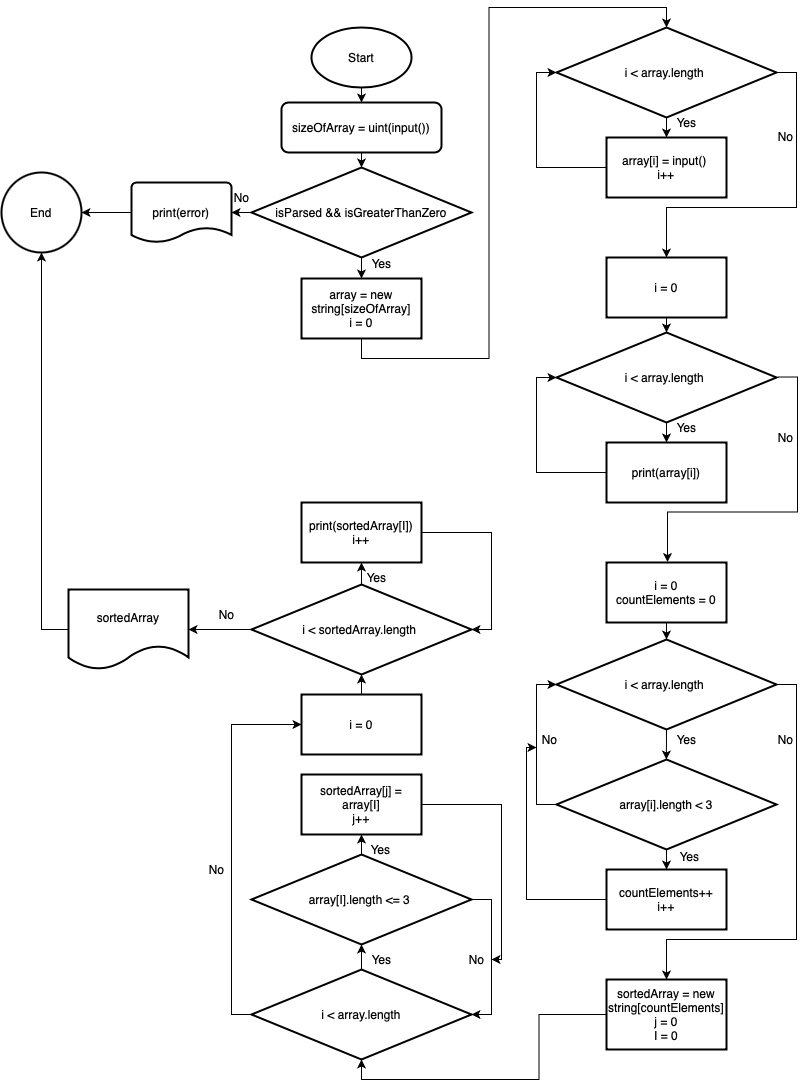
Serge313/C_Sharp-Final_test_work keeps this draw.io diagram as Flowchart.png. Above is the earlier version. Source tidied: cells renumbered, new cells last; positions are measured from the earlier drawing's top-left corner, leaving out a move shared by most shapes.
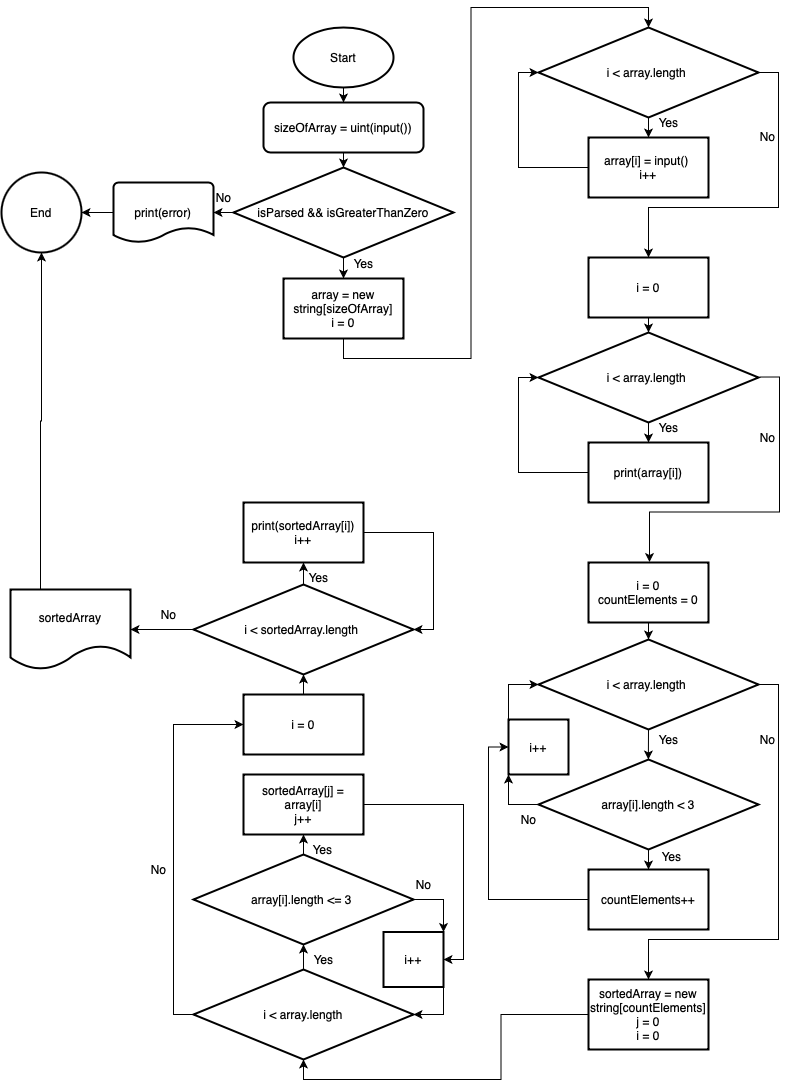
The same diagram one commit later.

Change to the diagram source:
```diff
@@ -70,7 +70,7 @@
       <mxGeometry x="764" y="94" width="40" height="30" as="geometry" />
     </mxCell>
     <mxCell id="22" value="End" style="ellipse;whiteSpace=wrap;html=1;strokeWidth=2;" parent="1" vertex="1">
-      <mxGeometry y="145" width="80" height="80" as="geometry" />
+      <mxGeometry x="18" y="145" width="80" height="80" as="geometry" />
     </mxCell>
     <mxCell id="23" style="edgeStyle=orthogonalEdgeStyle;rounded=0;jettySize=auto;html=1;exitX=0.5;exitY=1;exitDx=0;exitDy=0;exitPerimeter=0;entryX=0.5;entryY=0;entryDx=0;entryDy=0;" parent="1" edge="1" source="24" target="26">
       <mxGeometry relative="1" as="geometry" />
@@ -131,24 +131,18 @@
     <mxCell id="36" value="i &amp;lt; array.length&amp;nbsp;" style="strokeWidth=2;html=1;shape=mxgraph.flowchart.decision;whiteSpace=wrap;" parent="1" vertex="1">
       <mxGeometry x="555" y="612" width="220" height="90" as="geometry" />
     </mxCell>
-    <mxCell id="37" style="edgeStyle=orthogonalEdgeStyle;rounded=0;jettySize=auto;html=1;exitX=0;exitY=0.5;exitDx=0;exitDy=0;" parent="1" edge="1" source="38">
-      <mxGeometry relative="1" as="geometry">
-        <mxPoint x="535" y="720" as="targetPoint" />
-        <Array as="points">
-          <mxPoint x="525" y="872" />
-          <mxPoint x="525" y="720" />
-        </Array>
-      </mxGeometry>
-    </mxCell>
+    <mxCell id="71" style="edgeStyle=orthogonalEdgeStyle;rounded=0;jettySize=auto;html=1;exitX=0;exitY=0.5;exitDx=0;exitDy=0;entryX=0;entryY=0.5;entryDx=0;entryDy=0;" parent="1" edge="1" source="38" target="76">
+      <mxGeometry relative="1" as="geometry" />
+    </mxCell>
-    <mxCell id="38" value="countElements++&lt;br&gt;i++" style="rounded=0;whiteSpace=wrap;html=1;strokeWidth=2;" parent="1" vertex="1">
+    <mxCell id="38" value="countElements++" style="rounded=0;whiteSpace=wrap;html=1;strokeWidth=2;" parent="1" vertex="1">
       <mxGeometry x="605" y="842" width="120" height="60" as="geometry" />
     </mxCell>
-    <mxCell id="39" style="edgeStyle=orthogonalEdgeStyle;rounded=0;jettySize=auto;html=1;exitX=0;exitY=0.5;exitDx=0;exitDy=0;exitPerimeter=0;entryX=0;entryY=0.5;entryDx=0;entryDy=0;entryPerimeter=0;" parent="1" edge="1" source="41" target="36">
-      <mxGeometry relative="1" as="geometry" />
-    </mxCell>
     <mxCell id="40" style="edgeStyle=orthogonalEdgeStyle;rounded=0;jettySize=auto;html=1;exitX=0.5;exitY=1;exitDx=0;exitDy=0;exitPerimeter=0;entryX=0.5;entryY=0;entryDx=0;entryDy=0;" parent="1" edge="1" source="41" target="38">
       <mxGeometry relative="1" as="geometry" />
     </mxCell>
+    <mxCell id="72" style="edgeStyle=orthogonalEdgeStyle;rounded=0;jettySize=auto;html=1;exitX=0;exitY=0.5;exitDx=0;exitDy=0;exitPerimeter=0;entryX=0;entryY=1;entryDx=0;entryDy=0;" parent="1" edge="1" source="41" target="76">
+      <mxGeometry relative="1" as="geometry" />
+    </mxCell>
     <mxCell id="41" value="array[i].length &amp;lt; 3" style="strokeWidth=2;html=1;shape=mxgraph.flowchart.decision;whiteSpace=wrap;" parent="1" vertex="1">
       <mxGeometry x="555" y="732" width="220" height="90" as="geometry" />
     </mxCell>
@@ -156,7 +150,7 @@
       <mxGeometry x="668" y="814" width="40" height="30" as="geometry" />
     </mxCell>
     <mxCell id="43" value="No" style="text;html=1;align=center;verticalAlign=middle;strokeColor=none;fillColor=none;" parent="1" vertex="1">
-      <mxGeometry x="528" y="697" width="40" height="30" as="geometry" />
+      <mxGeometry x="525" y="777" width="40" height="30" as="geometry" />
     </mxCell>
     <mxCell id="44" value="Yes" style="text;html=1;align=center;verticalAlign=middle;strokeColor=none;fillColor=none;" parent="1" vertex="1">
       <mxGeometry x="665" y="697" width="40" height="30" as="geometry" />
@@ -167,7 +161,7 @@
     <mxCell id="46" style="edgeStyle=orthogonalEdgeStyle;rounded=0;jettySize=auto;html=1;exitX=0;exitY=0.5;exitDx=0;exitDy=0;entryX=0.5;entryY=1;entryDx=0;entryDy=0;entryPerimeter=0;" parent="1" edge="1" source="47" target="50">
       <mxGeometry relative="1" as="geometry" />
     </mxCell>
-    <mxCell id="47" value="sortedArray = new string[countElements]&lt;br&gt;j = 0&lt;br&gt;I = 0" style="rounded=0;whiteSpace=wrap;html=1;strokeWidth=2;" parent="1" vertex="1">
+    <mxCell id="47" value="sortedArray = new string[countElements]&lt;br&gt;j = 0&lt;br&gt;i = 0" style="rounded=0;whiteSpace=wrap;html=1;strokeWidth=2;" parent="1" vertex="1">
       <mxGeometry x="605" y="952" width="120" height="70" as="geometry" />
     </mxCell>
     <mxCell id="48" style="edgeStyle=orthogonalEdgeStyle;rounded=0;jettySize=auto;html=1;exitX=0.5;exitY=0;exitDx=0;exitDy=0;exitPerimeter=0;entryX=0.5;entryY=1;entryDx=0;entryDy=0;entryPerimeter=0;" parent="1" edge="1" source="50" target="53">
@@ -177,37 +171,31 @@
       <mxGeometry relative="1" as="geometry" />
     </mxCell>
     <mxCell id="50" value="i &amp;lt; array.length" style="strokeWidth=2;html=1;shape=mxgraph.flowchart.decision;whiteSpace=wrap;" parent="1" vertex="1">
-      <mxGeometry x="250" y="942" width="220" height="90" as="geometry" />
+      <mxGeometry x="210" y="942" width="220" height="90" as="geometry" />
     </mxCell>
     <mxCell id="51" style="edgeStyle=orthogonalEdgeStyle;rounded=0;jettySize=auto;html=1;exitX=0.5;exitY=0;exitDx=0;exitDy=0;exitPerimeter=0;entryX=0.5;entryY=1;entryDx=0;entryDy=0;" parent="1" edge="1" source="53" target="55">
       <mxGeometry relative="1" as="geometry" />
     </mxCell>
-    <mxCell id="52" style="edgeStyle=orthogonalEdgeStyle;rounded=0;jettySize=auto;html=1;exitX=1;exitY=0.5;exitDx=0;exitDy=0;exitPerimeter=0;entryX=1;entryY=0.5;entryDx=0;entryDy=0;entryPerimeter=0;" parent="1" edge="1" source="53" target="50">
-      <mxGeometry relative="1" as="geometry" />
-    </mxCell>
+    <mxCell id="73" style="edgeStyle=orthogonalEdgeStyle;rounded=0;jettySize=auto;html=1;exitX=1;exitY=0.5;exitDx=0;exitDy=0;exitPerimeter=0;entryX=1;entryY=0;entryDx=0;entryDy=0;" parent="1" edge="1" source="53" target="78">
+      <mxGeometry relative="1" as="geometry" />
+    </mxCell>
-    <mxCell id="53" value="array[I].length &amp;lt;= 3&amp;nbsp;" style="strokeWidth=2;html=1;shape=mxgraph.flowchart.decision;whiteSpace=wrap;" parent="1" vertex="1">
-      <mxGeometry x="250" y="827" width="220" height="90" as="geometry" />
+    <mxCell id="53" value="array[i].length &amp;lt;= 3&amp;nbsp;" style="strokeWidth=2;html=1;shape=mxgraph.flowchart.decision;whiteSpace=wrap;" parent="1" vertex="1">
+      <mxGeometry x="210" y="827" width="220" height="90" as="geometry" />
     </mxCell>
-    <mxCell id="54" style="edgeStyle=orthogonalEdgeStyle;rounded=0;jettySize=auto;html=1;exitX=1;exitY=0.5;exitDx=0;exitDy=0;" parent="1" edge="1" source="55">
-      <mxGeometry relative="1" as="geometry">
-        <mxPoint x="490" y="932" as="targetPoint" />
-        <Array as="points">
-          <mxPoint x="500" y="777" />
-          <mxPoint x="500" y="932" />
-        </Array>
-      </mxGeometry>
-    </mxCell>
+    <mxCell id="74" style="edgeStyle=orthogonalEdgeStyle;rounded=0;jettySize=auto;html=1;exitX=1;exitY=0.5;exitDx=0;exitDy=0;entryX=1;entryY=0.5;entryDx=0;entryDy=0;" parent="1" edge="1" source="55" target="78">
+      <mxGeometry relative="1" as="geometry" />
+    </mxCell>
-    <mxCell id="55" value="sortedArray[j] = array[I]&lt;br&gt;j++" style="rounded=0;whiteSpace=wrap;html=1;strokeWidth=2;" parent="1" vertex="1">
-      <mxGeometry x="300" y="747" width="120" height="60" as="geometry" />
+    <mxCell id="55" value="sortedArray[j] = array[i]&lt;br&gt;j++" style="rounded=0;whiteSpace=wrap;html=1;strokeWidth=2;" parent="1" vertex="1">
+      <mxGeometry x="260" y="747" width="120" height="60" as="geometry" />
     </mxCell>
     <mxCell id="56" value="Yes" style="text;html=1;align=center;verticalAlign=middle;strokeColor=none;fillColor=none;" parent="1" vertex="1">
-      <mxGeometry x="359" y="807" width="40" height="30" as="geometry" />
+      <mxGeometry x="319" y="807" width="40" height="30" as="geometry" />
     </mxCell>
     <mxCell id="57" value="No" style="text;html=1;align=center;verticalAlign=middle;strokeColor=none;fillColor=none;strokeWidth=2;" parent="1" vertex="1">
-      <mxGeometry x="455" y="917" width="40" height="30" as="geometry" />
+      <mxGeometry x="420" y="842" width="40" height="30" as="geometry" />
     </mxCell>
     <mxCell id="58" value="Yes" style="text;html=1;align=center;verticalAlign=middle;strokeColor=none;fillColor=none;" parent="1" vertex="1">
-      <mxGeometry x="360" y="917" width="40" height="30" as="geometry" />
+      <mxGeometry x="320" y="917" width="40" height="30" as="geometry" />
     </mxCell>
     <mxCell id="59" style="edgeStyle=orthogonalEdgeStyle;rounded=0;jettySize=auto;html=1;exitX=0.5;exitY=0;exitDx=0;exitDy=0;exitPerimeter=0;entryX=0.5;entryY=1;entryDx=0;entryDy=0;" parent="1" edge="1" source="61" target="63">
       <mxGeometry relative="1" as="geometry" />
@@ -216,34 +204,46 @@
       <mxGeometry relative="1" as="geometry" />
     </mxCell>
     <mxCell id="61" value="i &amp;lt; sortedArray.length&amp;nbsp;" style="strokeWidth=2;html=1;shape=mxgraph.flowchart.decision;whiteSpace=wrap;" parent="1" vertex="1">
-      <mxGeometry x="250" y="557" width="220" height="90" as="geometry" />
+      <mxGeometry x="210" y="557" width="220" height="90" as="geometry" />
     </mxCell>
     <mxCell id="62" style="edgeStyle=orthogonalEdgeStyle;rounded=0;jettySize=auto;html=1;exitX=1;exitY=0.5;exitDx=0;exitDy=0;entryX=1;entryY=0.5;entryDx=0;entryDy=0;entryPerimeter=0;" parent="1" edge="1" source="63" target="61">
       <mxGeometry relative="1" as="geometry" />
     </mxCell>
-    <mxCell id="63" value="print(sortedArray[I])&lt;br&gt;i++" style="rounded=0;whiteSpace=wrap;html=1;strokeWidth=2;" parent="1" vertex="1">
-      <mxGeometry x="300" y="475" width="120" height="60" as="geometry" />
+    <mxCell id="63" value="print(sortedArray[i])&lt;br&gt;i++" style="rounded=0;whiteSpace=wrap;html=1;strokeWidth=2;" parent="1" vertex="1">
+      <mxGeometry x="260" y="475" width="120" height="60" as="geometry" />
     </mxCell>
     <mxCell id="64" style="edgeStyle=orthogonalEdgeStyle;rounded=0;jettySize=auto;html=1;exitX=0.5;exitY=0;exitDx=0;exitDy=0;entryX=0.5;entryY=1;entryDx=0;entryDy=0;entryPerimeter=0;" parent="1" edge="1" source="65" target="61">
       <mxGeometry relative="1" as="geometry" />
     </mxCell>
     <mxCell id="65" value="i = 0" style="rounded=0;whiteSpace=wrap;html=1;strokeWidth=2;" parent="1" vertex="1">
-      <mxGeometry x="300" y="667" width="120" height="60" as="geometry" />
+      <mxGeometry x="260" y="667" width="120" height="60" as="geometry" />
     </mxCell>
     <mxCell id="66" value="No" style="text;html=1;align=center;verticalAlign=middle;strokeColor=none;fillColor=none;" parent="1" vertex="1">
-      <mxGeometry x="195" y="827" width="40" height="30" as="geometry" />
+      <mxGeometry x="155" y="827" width="40" height="30" as="geometry" />
     </mxCell>
     <mxCell id="67" value="Yes" style="text;html=1;align=center;verticalAlign=middle;strokeColor=none;fillColor=none;" parent="1" vertex="1">
-      <mxGeometry x="355" y="535" width="40" height="30" as="geometry" />
+      <mxGeometry x="315" y="535" width="40" height="30" as="geometry" />
     </mxCell>
-    <mxCell id="68" style="edgeStyle=orthogonalEdgeStyle;rounded=0;jettySize=auto;html=1;exitX=0;exitY=0.5;exitDx=0;exitDy=0;entryX=0.5;entryY=1;entryDx=0;entryDy=0;" parent="1" edge="1" source="69" target="22">
+    <mxCell id="68" style="edgeStyle=orthogonalEdgeStyle;rounded=0;jettySize=auto;html=1;exitX=0.25;exitY=0;exitDx=0;exitDy=0;entryX=0.5;entryY=1;entryDx=0;entryDy=0;" parent="1" edge="1" source="69" target="22">
       <mxGeometry relative="1" as="geometry" />
     </mxCell>
     <mxCell id="69" value="sortedArray" style="shape=document;whiteSpace=wrap;html=1;boundedLbl=1;strokeWidth=2;" parent="1" vertex="1">
-      <mxGeometry x="67" y="562" width="120" height="80" as="geometry" />
+      <mxGeometry x="27" y="562" width="120" height="80" as="geometry" />
     </mxCell>
     <mxCell id="70" value="No" style="text;html=1;align=center;verticalAlign=middle;strokeColor=none;fillColor=none;" parent="1" vertex="1">
-      <mxGeometry x="205" y="572" width="40" height="30" as="geometry" />
+      <mxGeometry x="165" y="572" width="40" height="30" as="geometry" />
     </mxCell>
+    <mxCell id="75" style="edgeStyle=orthogonalEdgeStyle;rounded=0;jettySize=auto;html=1;exitX=0;exitY=0;exitDx=0;exitDy=0;entryX=0;entryY=0.5;entryDx=0;entryDy=0;entryPerimeter=0;" parent="1" edge="1" source="76" target="36">
+      <mxGeometry relative="1" as="geometry" />
+    </mxCell>
+    <mxCell id="76" value="i++" style="rounded=0;whiteSpace=wrap;html=1;strokeWidth=2;" parent="1" vertex="1">
+      <mxGeometry x="525" y="692" width="60" height="55" as="geometry" />
+    </mxCell>
+    <mxCell id="77" style="edgeStyle=orthogonalEdgeStyle;rounded=0;jettySize=auto;html=1;exitX=1;exitY=1;exitDx=0;exitDy=0;entryX=1;entryY=0.5;entryDx=0;entryDy=0;entryPerimeter=0;" parent="1" edge="1" source="78" target="50">
+      <mxGeometry relative="1" as="geometry" />
+    </mxCell>
+    <mxCell id="78" value="i++" style="rounded=0;whiteSpace=wrap;html=1;strokeWidth=2;" parent="1" vertex="1">
+      <mxGeometry x="400" y="904.5" width="60" height="55" as="geometry" />
+    </mxCell>
   </root>
 </mxGraphModel>
```
